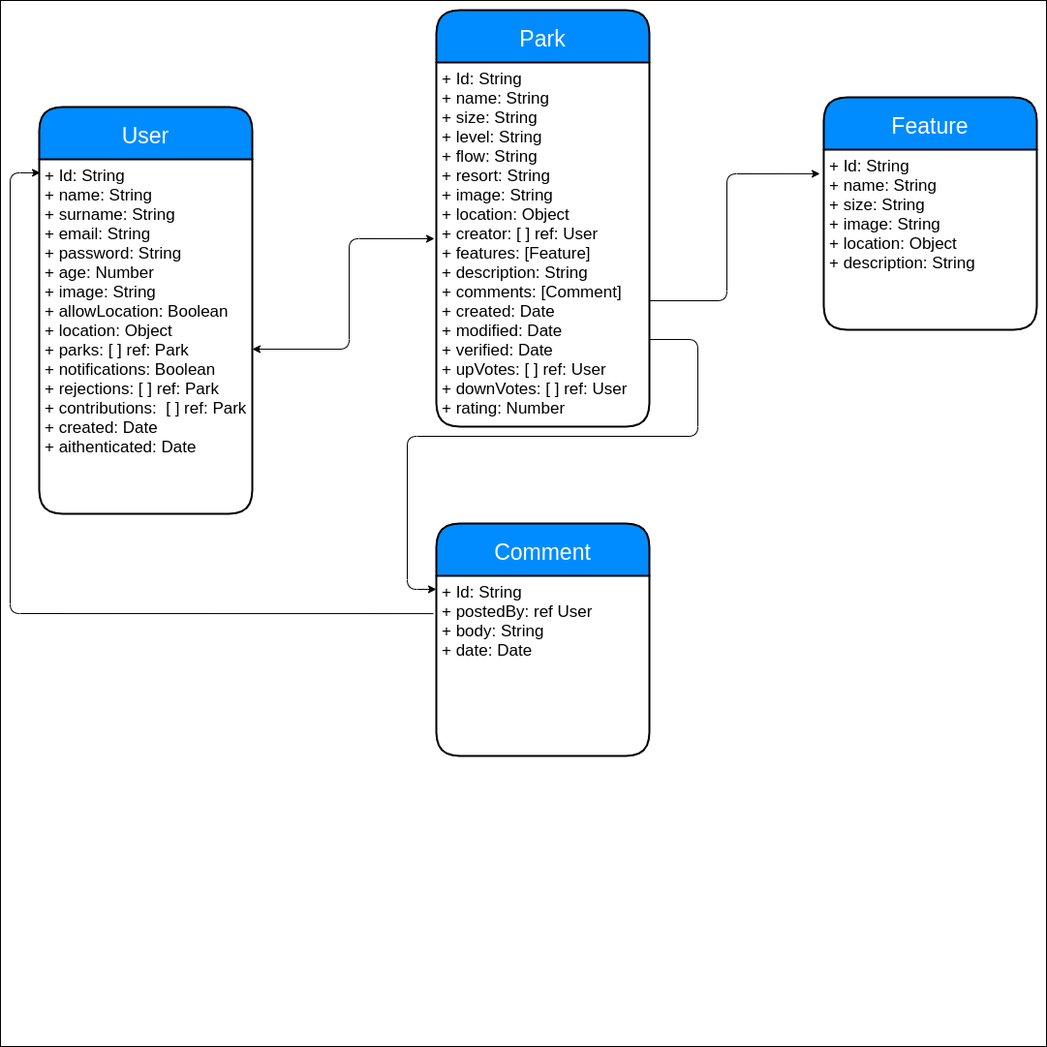
Above: staff/lisandro-bertoli/sick-parks/sick-parks-doc/images/data-model.png in b00tc4mp/skylab-bootcamp-202001 (draw.io), before the change. Source tidied: cells renumbered, new cells last; positions are measured from the earlier drawing's top-left corner, leaving out a move shared by most shapes. Source of this version:
```xml
<mxGraphModel>
  <root>
    <mxCell id="0" />
    <mxCell id="1" parent="0" />
    <mxCell id="2" style="rounded=0;whiteSpace=wrap;html=1;fontSize=24;" parent="1" vertex="1">
      <mxGeometry x="500" y="50" width="230" height="430" as="geometry" />
    </mxCell>
    <mxCell id="3" value="Park" style="swimlane;horizontal=1;startSize=49;fillColor=#008cff;fontColor=#FFFFFF;rounded=1;fontSize=24;fontStyle=0;strokeWidth=2;shadow=0;dashed=0;align=center;" parent="1" vertex="1">
      <mxGeometry x="500" y="40" width="230" height="440" as="geometry" />
    </mxCell>
    <mxCell id="4" value="+ Id: String&#10;+ name: String&#10;+ size: String&#10;+ level: String&#10;+ flow: String&#10;+ resort: String&#10;+ image: String&#10;+ location: Object&#10;+ description: String&#10;&#10;+ modified: Date&#10;+ creator: [ ] ref: User&#10;+ features: [Feature]&#10;+ created: Date&#10;+ comments: [Comment]&#10;+ verified: Boolean&#10;+ upVotes: [ ] ref: User&#10;+ downVotes: [ ] ref: User&#10;+ rating: Number" style="align=left;strokeColor=none;fillColor=none;spacingLeft=4;fontSize=16;verticalAlign=top;" parent="3" vertex="1">
      <mxGeometry y="49" width="230" height="391" as="geometry" />
    </mxCell>
    <mxCell id="5" style="whiteSpace=wrap;html=1;align=left;" parent="1" vertex="1">
      <mxGeometry width="1080" height="1080" as="geometry" />
    </mxCell>
    <mxCell id="6" style="endArrow=classic;html=1;fontSize=23;exitX=-0.014;exitY=0.21;exitDx=0;exitDy=0;exitPerimeter=0;entryX=0.005;entryY=0.038;entryDx=0;entryDy=0;entryPerimeter=0;" parent="1" edge="1" source="17" target="11">
      <mxGeometry relative="1" as="geometry">
        <Array as="points">
          <mxPoint x="10" y="633" />
          <mxPoint x="10" y="178" />
        </Array>
      </mxGeometry>
    </mxCell>
    <mxCell id="7" style="endArrow=classic;html=1;fontSize=23;entryX=-0.018;entryY=0.134;entryDx=0;entryDy=0;entryPerimeter=0;" parent="1" edge="1" target="15">
      <mxGeometry relative="1" as="geometry">
        <mxPoint x="670" y="310" as="sourcePoint" />
        <Array as="points">
          <mxPoint x="750" y="310" />
          <mxPoint x="750" y="179" />
        </Array>
      </mxGeometry>
    </mxCell>
    <mxCell id="8" style="endArrow=classic;html=1;fontSize=23;entryX=0;entryY=0.075;entryDx=0;entryDy=0;entryPerimeter=0;" parent="1" edge="1" target="17">
      <mxGeometry relative="1" as="geometry">
        <mxPoint x="670" y="350" as="sourcePoint" />
        <Array as="points">
          <mxPoint x="720" y="350" />
          <mxPoint x="720" y="450" />
          <mxPoint x="420" y="450" />
          <mxPoint x="420" y="608" />
        </Array>
      </mxGeometry>
    </mxCell>
    <mxCell id="9" style="endArrow=classic;startArrow=classic;html=1;fontSize=23;entryX=-0.009;entryY=0.484;entryDx=0;entryDy=0;entryPerimeter=0;" parent="1" edge="1" target="13">
      <mxGeometry relative="1" as="geometry">
        <mxPoint x="260" y="360" as="sourcePoint" />
        <Array as="points">
          <mxPoint x="360" y="360" />
          <mxPoint x="360" y="246" />
        </Array>
      </mxGeometry>
    </mxCell>
    <mxCell id="10" value="User" style="swimlane;horizontal=1;startSize=54;fillColor=#008cff;fontColor=#FFFFFF;rounded=1;fontSize=23;fontStyle=0;strokeWidth=2;shadow=0;dashed=0;align=center;" parent="1" vertex="1">
      <mxGeometry x="40" y="110" width="220" height="420" as="geometry" />
    </mxCell>
    <mxCell id="11" value="+ Id: String&#10;+ name: String&#10;+ surname: String&#10;+ email: String&#10;+ password: String&#10;+ age: Number&#10;+ image: String&#10;+ allowLocation: Boolean&#10;+ location: Object&#10;+ parks: [ ] ref: Park&#10;+ notifications: Boolean&#10;+ rejections: [ ] ref: Park&#10;+ contributions:  [ ] ref: Park&#10;+ created: Date&#10;+ aithenticated: Date&#10;" style="align=left;strokeColor=none;fillColor=none;spacingLeft=4;fontSize=17;verticalAlign=top;" parent="10" vertex="1">
      <mxGeometry y="54" width="220" height="366" as="geometry" />
    </mxCell>
    <mxCell id="12" value="Park" style="swimlane;horizontal=1;startSize=54;fillColor=#008cff;fontColor=#FFFFFF;rounded=1;fontSize=23;fontStyle=0;strokeWidth=2;shadow=0;dashed=0;align=center;" parent="1" vertex="1">
      <mxGeometry x="450" y="10" width="220" height="430" as="geometry" />
    </mxCell>
    <mxCell id="13" value="+ Id: String&#10;+ name: String&#10;+ size: String&#10;+ level: String&#10;+ flow: String&#10;+ resort: String&#10;+ image: String&#10;+ location: Object&#10;+ creator: [ ] ref: User&#10;+ features: [Feature]&#10;+ description: String&#10;+ comments: [Comment]&#10;+ created: Date&#10;+ modified: Date&#10;+ verified: Date&#10;+ upVotes: [ ] ref: User&#10;+ downVotes: [ ] ref: User&#10;+ rating: Number&#10;" style="align=left;strokeColor=none;fillColor=none;spacingLeft=4;fontSize=17;verticalAlign=top;" parent="12" vertex="1">
      <mxGeometry y="54" width="220" height="376" as="geometry" />
    </mxCell>
    <mxCell id="14" value="Feature" style="swimlane;horizontal=1;startSize=54;fillColor=#008cff;fontColor=#FFFFFF;rounded=1;fontSize=23;fontStyle=0;strokeWidth=2;shadow=0;dashed=0;align=center;" parent="1" vertex="1">
      <mxGeometry x="850" y="100" width="220" height="240" as="geometry" />
    </mxCell>
    <mxCell id="15" value="+ Id: String&#10;+ name: String&#10;+ size: String&#10;+ image: String&#10;+ location: Object&#10;+ description: String&#10;&#10;" style="align=left;strokeColor=none;fillColor=none;spacingLeft=4;fontSize=17;verticalAlign=top;" parent="14" vertex="1">
      <mxGeometry y="54" width="220" height="186" as="geometry" />
    </mxCell>
    <mxCell id="16" value="Comment" style="swimlane;horizontal=1;startSize=54;fillColor=#008cff;fontColor=#FFFFFF;rounded=1;fontSize=23;fontStyle=0;strokeWidth=2;shadow=0;dashed=0;align=center;" parent="1" vertex="1">
      <mxGeometry x="450" y="540" width="220" height="240" as="geometry" />
    </mxCell>
    <mxCell id="17" value="+ Id: String&#10;+ postedBy: ref User&#10;+ body: String&#10;+ date: Date" style="align=left;strokeColor=none;fillColor=none;spacingLeft=4;fontSize=17;verticalAlign=top;" parent="16" vertex="1">
      <mxGeometry y="54" width="220" height="186" as="geometry" />
    </mxCell>
  </root>
</mxGraphModel>
```
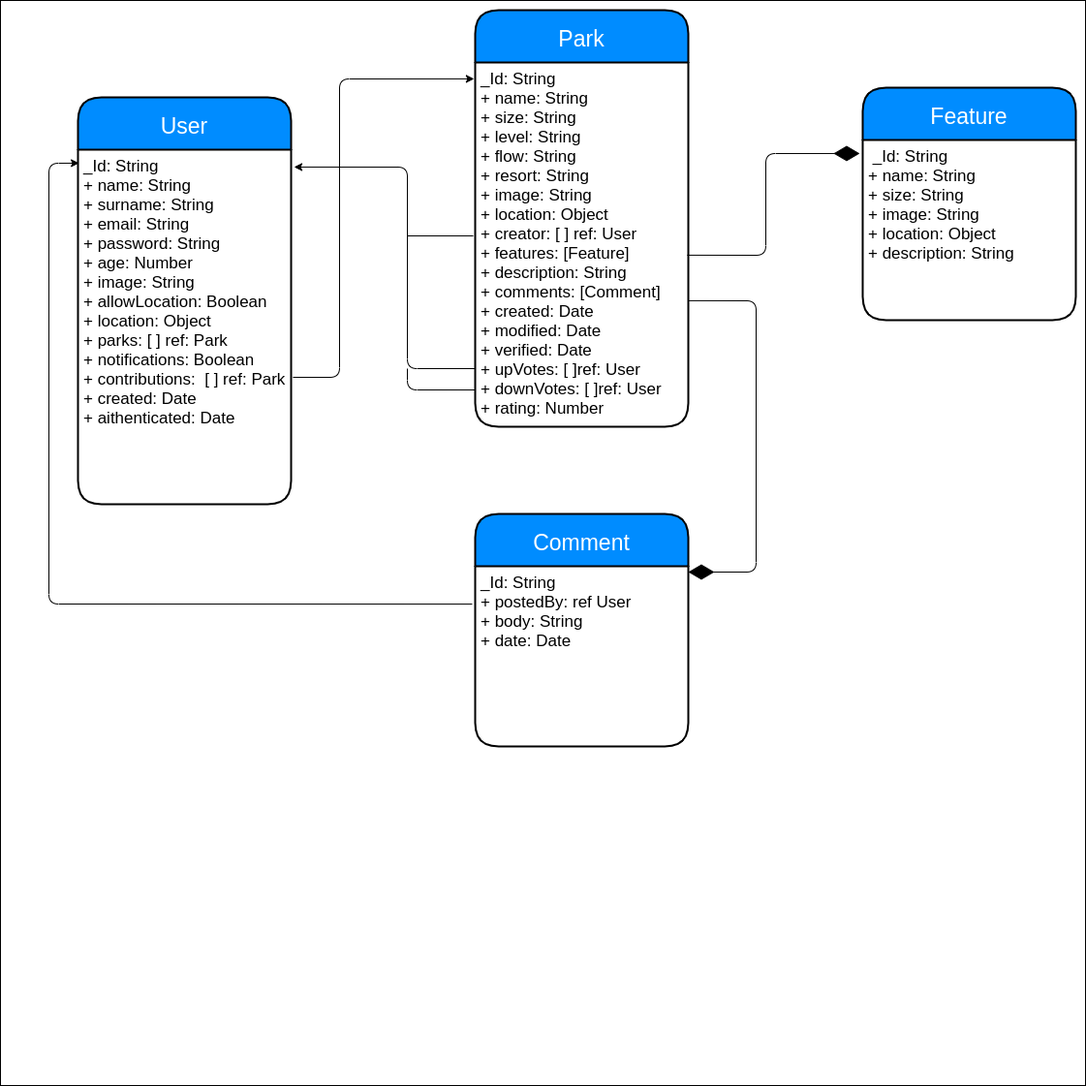
Above is the later version.

Commit message:
update data model, now yes DONE...?

Change to the diagram source:
```diff
@@ -2,78 +2,87 @@
   <root>
     <mxCell id="0" />
     <mxCell id="1" parent="0" />
-    <mxCell id="2" style="rounded=0;whiteSpace=wrap;html=1;fontSize=24;" parent="1" vertex="1">
-      <mxGeometry x="500" y="50" width="230" height="430" as="geometry" />
-    </mxCell>
-    <mxCell id="3" value="Park" style="swimlane;horizontal=1;startSize=49;fillColor=#008cff;fontColor=#FFFFFF;rounded=1;fontSize=24;fontStyle=0;strokeWidth=2;shadow=0;dashed=0;align=center;" parent="1" vertex="1">
-      <mxGeometry x="500" y="40" width="230" height="440" as="geometry" />
-    </mxCell>
-    <mxCell id="4" value="+ Id: String&#10;+ name: String&#10;+ size: String&#10;+ level: String&#10;+ flow: String&#10;+ resort: String&#10;+ image: String&#10;+ location: Object&#10;+ description: String&#10;&#10;+ modified: Date&#10;+ creator: [ ] ref: User&#10;+ features: [Feature]&#10;+ created: Date&#10;+ comments: [Comment]&#10;+ verified: Boolean&#10;+ upVotes: [ ] ref: User&#10;+ downVotes: [ ] ref: User&#10;+ rating: Number" style="align=left;strokeColor=none;fillColor=none;spacingLeft=4;fontSize=16;verticalAlign=top;" parent="3" vertex="1">
-      <mxGeometry y="49" width="230" height="391" as="geometry" />
-    </mxCell>
-    <mxCell id="5" style="whiteSpace=wrap;html=1;align=left;" parent="1" vertex="1">
-      <mxGeometry width="1080" height="1080" as="geometry" />
-    </mxCell>
-    <mxCell id="6" style="endArrow=classic;html=1;fontSize=23;exitX=-0.014;exitY=0.21;exitDx=0;exitDy=0;exitPerimeter=0;entryX=0.005;entryY=0.038;entryDx=0;entryDy=0;entryPerimeter=0;" parent="1" edge="1" source="17" target="11">
-      <mxGeometry relative="1" as="geometry">
-        <Array as="points">
-          <mxPoint x="10" y="633" />
-          <mxPoint x="10" y="178" />
-        </Array>
-      </mxGeometry>
-    </mxCell>
-    <mxCell id="7" style="endArrow=classic;html=1;fontSize=23;entryX=-0.018;entryY=0.134;entryDx=0;entryDy=0;entryPerimeter=0;" parent="1" edge="1" target="15">
-      <mxGeometry relative="1" as="geometry">
-        <mxPoint x="670" y="310" as="sourcePoint" />
-        <Array as="points">
-          <mxPoint x="750" y="310" />
-          <mxPoint x="750" y="179" />
-        </Array>
-      </mxGeometry>
-    </mxCell>
-    <mxCell id="8" style="endArrow=classic;html=1;fontSize=23;entryX=0;entryY=0.075;entryDx=0;entryDy=0;entryPerimeter=0;" parent="1" edge="1" target="17">
-      <mxGeometry relative="1" as="geometry">
-        <mxPoint x="670" y="350" as="sourcePoint" />
-        <Array as="points">
-          <mxPoint x="720" y="350" />
-          <mxPoint x="720" y="450" />
-          <mxPoint x="420" y="450" />
-          <mxPoint x="420" y="608" />
-        </Array>
-      </mxGeometry>
-    </mxCell>
-    <mxCell id="9" style="endArrow=classic;startArrow=classic;html=1;fontSize=23;entryX=-0.009;entryY=0.484;entryDx=0;entryDy=0;entryPerimeter=0;" parent="1" edge="1" target="13">
-      <mxGeometry relative="1" as="geometry">
-        <mxPoint x="260" y="360" as="sourcePoint" />
-        <Array as="points">
-          <mxPoint x="360" y="360" />
-          <mxPoint x="360" y="246" />
-        </Array>
-      </mxGeometry>
-    </mxCell>
+    <mxCell id="18" style="whiteSpace=wrap;html=1;align=left;" parent="1" vertex="1">
+      <mxGeometry x="-40" y="10" width="1120" height="1120" as="geometry" />
+    </mxCell>
     <mxCell id="10" value="User" style="swimlane;horizontal=1;startSize=54;fillColor=#008cff;fontColor=#FFFFFF;rounded=1;fontSize=23;fontStyle=0;strokeWidth=2;shadow=0;dashed=0;align=center;" parent="1" vertex="1">
       <mxGeometry x="40" y="110" width="220" height="420" as="geometry" />
     </mxCell>
-    <mxCell id="11" value="+ Id: String&#10;+ name: String&#10;+ surname: String&#10;+ email: String&#10;+ password: String&#10;+ age: Number&#10;+ image: String&#10;+ allowLocation: Boolean&#10;+ location: Object&#10;+ parks: [ ] ref: Park&#10;+ notifications: Boolean&#10;+ rejections: [ ] ref: Park&#10;+ contributions:  [ ] ref: Park&#10;+ created: Date&#10;+ aithenticated: Date&#10;" style="align=left;strokeColor=none;fillColor=none;spacingLeft=4;fontSize=17;verticalAlign=top;" parent="10" vertex="1">
-      <mxGeometry y="54" width="220" height="366" as="geometry" />
-    </mxCell>
+    <mxCell id="19" value="_Id: String&#10;+ name: String&#10;+ surname: String&#10;+ email: String&#10;+ password: String&#10;+ age: Number&#10;+ image: String&#10;+ allowLocation: Boolean&#10;+ location: Object&#10;+ parks: [ ] ref: Park&#10;+ notifications: Boolean&#10;+ contributions:  [ ] ref: Park&#10;+ created: Date&#10;+ aithenticated: Date&#10;" style="align=left;strokeColor=none;fillColor=none;spacingLeft=4;fontSize=17;verticalAlign=top;" parent="10" vertex="1">
+      <mxGeometry y="54" width="220" height="366" as="geometry" />
+    </mxCell>
     <mxCell id="12" value="Park" style="swimlane;horizontal=1;startSize=54;fillColor=#008cff;fontColor=#FFFFFF;rounded=1;fontSize=23;fontStyle=0;strokeWidth=2;shadow=0;dashed=0;align=center;" parent="1" vertex="1">
-      <mxGeometry x="450" y="10" width="220" height="430" as="geometry" />
+      <mxGeometry x="450" y="20" width="220" height="430" as="geometry" />
     </mxCell>
-    <mxCell id="13" value="+ Id: String&#10;+ name: String&#10;+ size: String&#10;+ level: String&#10;+ flow: String&#10;+ resort: String&#10;+ image: String&#10;+ location: Object&#10;+ creator: [ ] ref: User&#10;+ features: [Feature]&#10;+ description: String&#10;+ comments: [Comment]&#10;+ created: Date&#10;+ modified: Date&#10;+ verified: Date&#10;+ upVotes: [ ] ref: User&#10;+ downVotes: [ ] ref: User&#10;+ rating: Number&#10;" style="align=left;strokeColor=none;fillColor=none;spacingLeft=4;fontSize=17;verticalAlign=top;" parent="12" vertex="1">
-      <mxGeometry y="54" width="220" height="376" as="geometry" />
-    </mxCell>
+    <mxCell id="20" value="_Id: String&#10;+ name: String&#10;+ size: String&#10;+ level: String&#10;+ flow: String&#10;+ resort: String&#10;+ image: String&#10;+ location: Object&#10;+ creator: [ ] ref: User&#10;+ features: [Feature]&#10;+ description: String&#10;+ comments: [Comment]&#10;+ created: Date&#10;+ modified: Date&#10;+ verified: Date&#10;+ upVotes: [ ]ref: User&#10;+ downVotes: [ ]ref: User&#10;+ rating: Number&#10;" style="align=left;strokeColor=none;fillColor=none;spacingLeft=4;fontSize=17;verticalAlign=top;" parent="12" vertex="1">
+      <mxGeometry y="54" width="220" height="376" as="geometry" />
+    </mxCell>
     <mxCell id="14" value="Feature" style="swimlane;horizontal=1;startSize=54;fillColor=#008cff;fontColor=#FFFFFF;rounded=1;fontSize=23;fontStyle=0;strokeWidth=2;shadow=0;dashed=0;align=center;" parent="1" vertex="1">
       <mxGeometry x="850" y="100" width="220" height="240" as="geometry" />
     </mxCell>
-    <mxCell id="15" value="+ Id: String&#10;+ name: String&#10;+ size: String&#10;+ image: String&#10;+ location: Object&#10;+ description: String&#10;&#10;" style="align=left;strokeColor=none;fillColor=none;spacingLeft=4;fontSize=17;verticalAlign=top;" parent="14" vertex="1">
-      <mxGeometry y="54" width="220" height="186" as="geometry" />
-    </mxCell>
+    <mxCell id="21" value=" _Id: String&#10;+ name: String&#10;+ size: String&#10;+ image: String&#10;+ location: Object&#10;+ description: String&#10;&#10;" style="align=left;strokeColor=none;fillColor=none;spacingLeft=4;fontSize=17;verticalAlign=top;" parent="14" vertex="1">
+      <mxGeometry y="54" width="220" height="186" as="geometry" />
+    </mxCell>
     <mxCell id="16" value="Comment" style="swimlane;horizontal=1;startSize=54;fillColor=#008cff;fontColor=#FFFFFF;rounded=1;fontSize=23;fontStyle=0;strokeWidth=2;shadow=0;dashed=0;align=center;" parent="1" vertex="1">
       <mxGeometry x="450" y="540" width="220" height="240" as="geometry" />
     </mxCell>
-    <mxCell id="17" value="+ Id: String&#10;+ postedBy: ref User&#10;+ body: String&#10;+ date: Date" style="align=left;strokeColor=none;fillColor=none;spacingLeft=4;fontSize=17;verticalAlign=top;" parent="16" vertex="1">
-      <mxGeometry y="54" width="220" height="186" as="geometry" />
-    </mxCell>
+    <mxCell id="22" value="_Id: String&#10;+ postedBy: ref User&#10;+ body: String&#10;+ date: Date" style="align=left;strokeColor=none;fillColor=none;spacingLeft=4;fontSize=17;verticalAlign=top;" parent="16" vertex="1">
+      <mxGeometry y="54" width="220" height="186" as="geometry" />
+    </mxCell>
+    <mxCell id="23" style="endArrow=classic;html=1;fontSize=23;exitX=-0.014;exitY=0.21;exitDx=0;exitDy=0;exitPerimeter=0;entryX=0.005;entryY=0.038;entryDx=0;entryDy=0;entryPerimeter=0;" parent="1" edge="1" source="22" target="19">
+      <mxGeometry relative="1" as="geometry">
+        <Array as="points">
+          <mxPoint x="10" y="633" />
+          <mxPoint x="10" y="178" />
+        </Array>
+      </mxGeometry>
+    </mxCell>
+    <mxCell id="24" style="endArrow=diamondThin;endFill=1;endSize=24;html=1;entryX=-0.014;entryY=0.075;entryDx=0;entryDy=0;entryPerimeter=0;exitX=0.995;exitY=0.529;exitDx=0;exitDy=0;exitPerimeter=0;" parent="1" edge="1" source="20" target="21">
+      <mxGeometry relative="1" as="geometry">
+        <Array as="points">
+          <mxPoint x="750" y="273" />
+          <mxPoint x="750" y="168" />
+        </Array>
+      </mxGeometry>
+    </mxCell>
+    <mxCell id="25" style="endArrow=diamondThin;endFill=1;endSize=24;html=1;exitX=1;exitY=0.654;exitDx=0;exitDy=0;exitPerimeter=0;" parent="1" edge="1" source="20">
+      <mxGeometry relative="1" as="geometry">
+        <mxPoint x="670" y="600" as="targetPoint" />
+        <Array as="points">
+          <mxPoint x="740" y="320" />
+          <mxPoint x="740" y="600" />
+        </Array>
+      </mxGeometry>
+    </mxCell>
+    <mxCell id="26" style="endArrow=classic;html=1;entryX=1.014;entryY=0.049;entryDx=0;entryDy=0;entryPerimeter=0;" parent="1" edge="1" target="19">
+      <mxGeometry relative="1" as="geometry">
+        <mxPoint x="450" y="390" as="sourcePoint" />
+        <Array as="points">
+          <mxPoint x="380" y="390" />
+          <mxPoint x="380" y="182" />
+        </Array>
+      </mxGeometry>
+    </mxCell>
+    <mxCell id="27" style="endArrow=none;html=1;exitX=0;exitY=0.899;exitDx=0;exitDy=0;exitPerimeter=0;" parent="1" edge="1" source="20">
+      <mxGeometry relative="1" as="geometry">
+        <mxPoint x="380" y="390" as="targetPoint" />
+        <Array as="points">
+          <mxPoint x="380" y="412" />
+        </Array>
+      </mxGeometry>
+    </mxCell>
+    <mxCell id="28" style="endArrow=classic;html=1;exitX=1.009;exitY=0.642;exitDx=0;exitDy=0;exitPerimeter=0;entryX=-0.005;entryY=0.045;entryDx=0;entryDy=0;entryPerimeter=0;" parent="1" edge="1" source="19" target="20">
+      <mxGeometry relative="1" as="geometry">
+        <Array as="points">
+          <mxPoint x="310" y="399" />
+          <mxPoint x="310" y="91" />
+        </Array>
+      </mxGeometry>
+    </mxCell>
+    <mxCell id="29" style="endArrow=none;html=1;exitX=-0.009;exitY=0.476;exitDx=0;exitDy=0;exitPerimeter=0;" parent="1" edge="1" source="20">
+      <mxGeometry relative="1" as="geometry">
+        <mxPoint x="380" y="253" as="targetPoint" />
+      </mxGeometry>
+    </mxCell>
   </root>
 </mxGraphModel>
```
